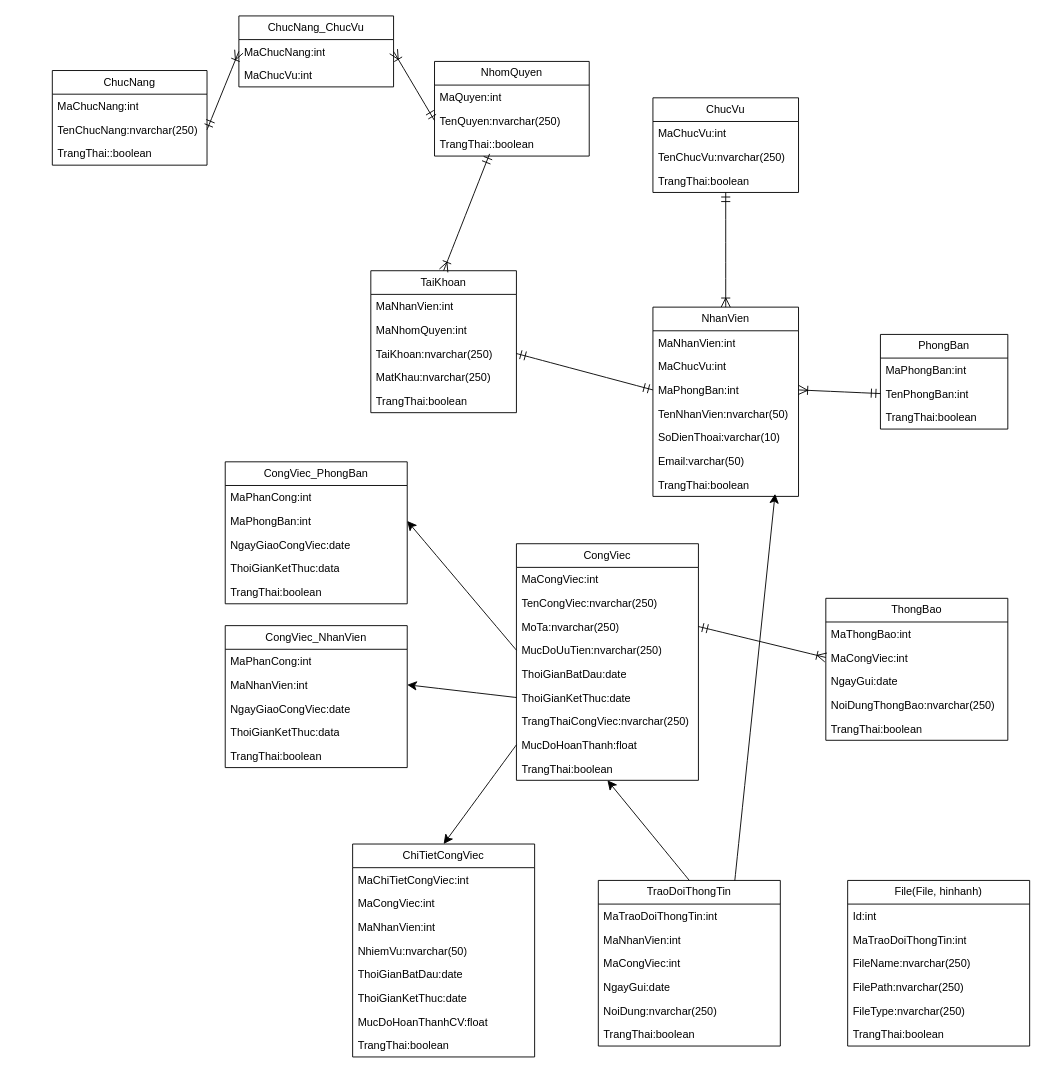
This is j2ee.drawio from maivantai2003/vercelDemo, a draw.io file, before an edit. Source tidied: cells renumbered, new cells numbered last; positions are measured from the earlier drawing's top-left corner, leaving out a move shared by most shapes. Both pictures are drawn from the tidied source at 91%, with x=0, y=0 at pixel (52, 15).
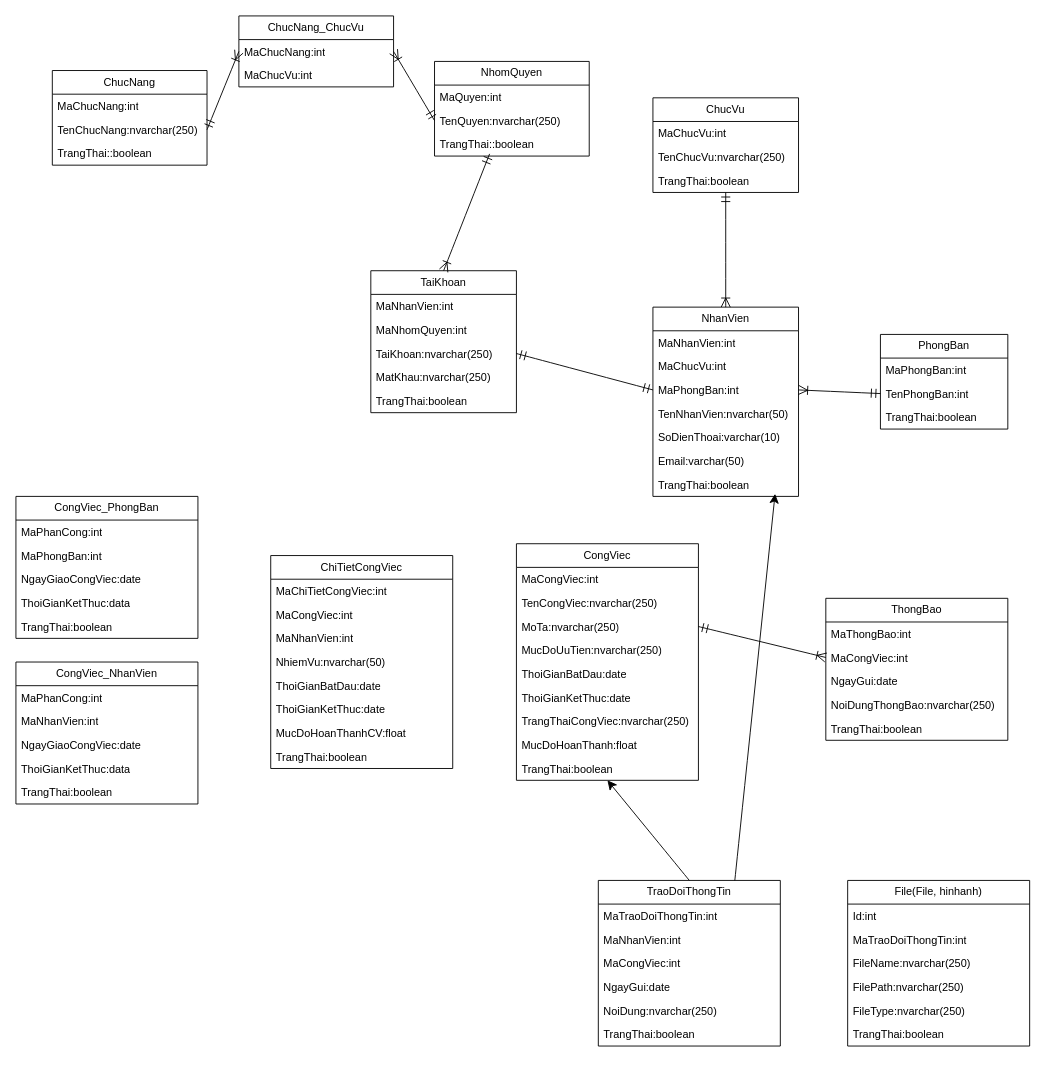
The same page after the edit.

The change refers to these unchanged cells:
```xml
<mxCell id="25" value="MucDoUuTien:nvarchar(250)" style="text;strokeColor=none;fillColor=none;align=left;verticalAlign=top;spacingLeft=4;spacingRight=4;overflow=hidden;points=[[0,0.5],[1,0.5]];portConstraint=eastwest;whiteSpace=wrap;html=1;" parent="21" vertex="1">
  <mxGeometry y="104" width="200" height="26" as="geometry" />
</mxCell>
<mxCell id="27" value="ThoiGianKetThuc:date" style="text;strokeColor=none;fillColor=none;align=left;verticalAlign=top;spacingLeft=4;spacingRight=4;overflow=hidden;points=[[0,0.5],[1,0.5]];portConstraint=eastwest;whiteSpace=wrap;html=1;" parent="21" vertex="1">
  <mxGeometry y="156" width="200" height="26" as="geometry" />
</mxCell>
<mxCell id="29" value="MucDoHoanThanh:float" style="text;strokeColor=none;fillColor=none;align=left;verticalAlign=top;spacingLeft=4;spacingRight=4;overflow=hidden;points=[[0,0.5],[1,0.5]];portConstraint=eastwest;whiteSpace=wrap;html=1;" parent="21" vertex="1">
  <mxGeometry y="208" width="200" height="26" as="geometry" />
</mxCell>
<mxCell id="33" value="MaNhanVien:int" style="text;strokeColor=none;fillColor=none;align=left;verticalAlign=top;spacingLeft=4;spacingRight=4;overflow=hidden;points=[[0,0.5],[1,0.5]];portConstraint=eastwest;whiteSpace=wrap;html=1;" parent="31" vertex="1">
  <mxGeometry y="52" width="200" height="26" as="geometry" />
</mxCell>
<mxCell id="55" value="MaPhongBan:int" style="text;strokeColor=none;fillColor=none;align=left;verticalAlign=top;spacingLeft=4;spacingRight=4;overflow=hidden;points=[[0,0.5],[1,0.5]];portConstraint=eastwest;whiteSpace=wrap;html=1;" parent="53" vertex="1">
  <mxGeometry y="52" width="200" height="26" as="geometry" />
</mxCell>
```

What changed in the source:
```diff
@@
     <mxCell id="31" value="CongViec_NhanVien" style="swimlane;fontStyle=0;horizontal=1;startSize=26;fillColor=none;whiteSpace=wrap;html=1;" parent="1" vertex="1">
-      <mxGeometry x="190" y="670" width="200" height="156" as="geometry" />
+      <mxGeometry x="-40" y="710" width="200" height="156" as="geometry" />
     </mxCell>
@@
     <mxCell id="53" value="CongViec_PhongBan" style="swimlane;fontStyle=0;horizontal=1;startSize=26;fillColor=none;whiteSpace=wrap;html=1;" parent="1" vertex="1">
-      <mxGeometry x="190" y="490" width="200" height="156" as="geometry" />
+      <mxGeometry x="-40" y="528" width="200" height="156" as="geometry" />
     </mxCell>
@@
-    <mxCell id="71" style="edgeStyle=none;curved=1;rounded=0;jettySize=auto;html=1;exitX=0;exitY=0.5;exitDx=0;exitDy=0;entryX=1;entryY=0.5;entryDx=0;entryDy=0;fontSize=12;startSize=8;endSize=8;" parent="1" edge="1" source="25" target="55">
-      <mxGeometry relative="1" as="geometry" />
-    </mxCell>
-    <mxCell id="72" style="edgeStyle=none;curved=1;rounded=0;jettySize=auto;html=1;exitX=0;exitY=0.5;exitDx=0;exitDy=0;entryX=1;entryY=0.5;entryDx=0;entryDy=0;fontSize=12;startSize=8;endSize=8;" parent="1" edge="1" source="27" target="33">
-      <mxGeometry relative="1" as="geometry" />
-    </mxCell>
@@
     <mxCell id="88" value="ChiTietCongViec" style="swimlane;fontStyle=0;horizontal=1;startSize=26;fillColor=none;whiteSpace=wrap;html=1;" parent="1" vertex="1">
-      <mxGeometry x="330" y="910" width="200" height="234" as="geometry" />
+      <mxGeometry x="240" y="593" width="200" height="234" as="geometry" />
     </mxCell>
@@
-    <mxCell id="97" style="edgeStyle=none;curved=1;rounded=0;jettySize=auto;html=1;exitX=0;exitY=0.5;exitDx=0;exitDy=0;entryX=0.5;entryY=0;entryDx=0;entryDy=0;fontSize=12;startSize=8;endSize=8;" parent="1" edge="1" source="29" target="88">
-      <mxGeometry relative="1" as="geometry" />
-    </mxCell>
```
